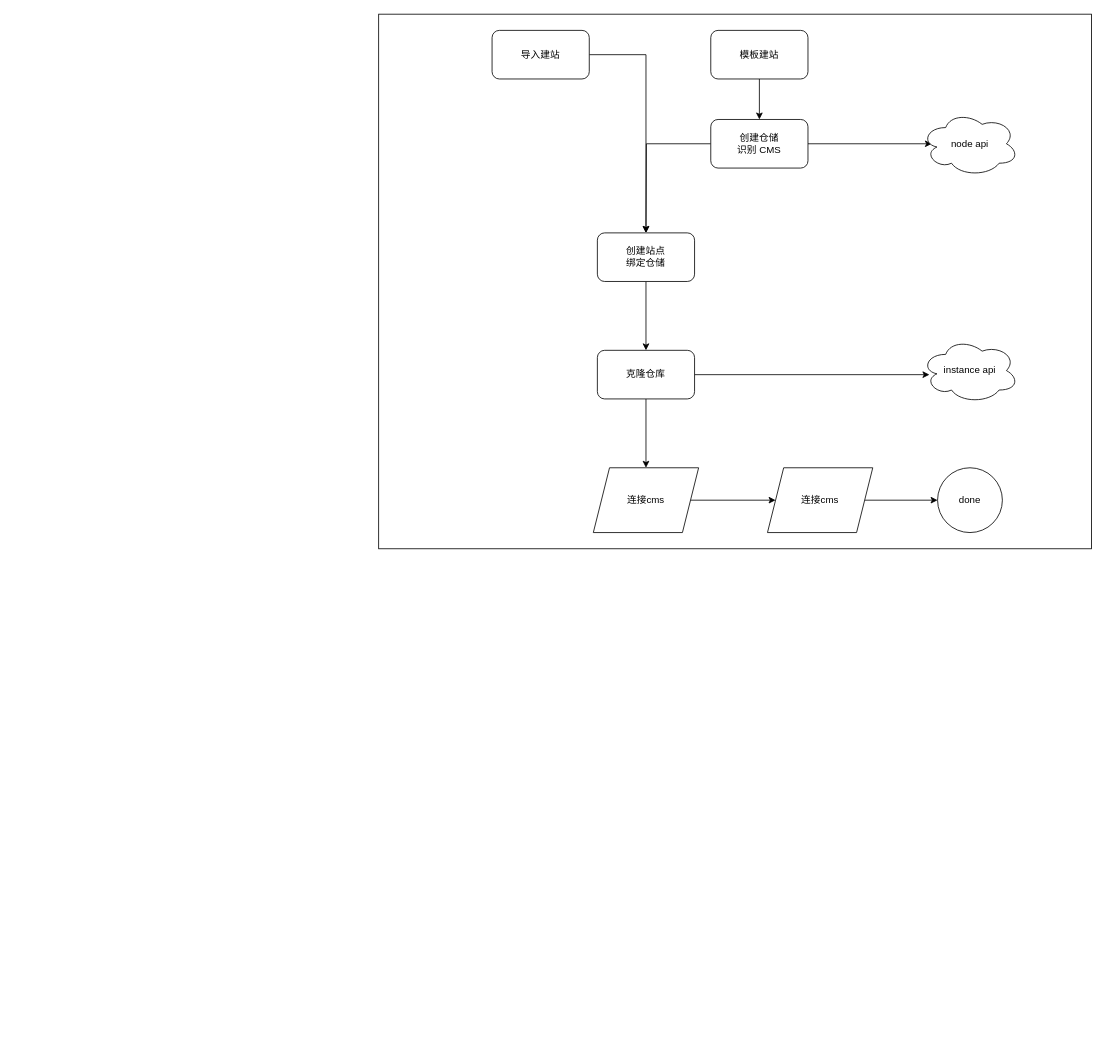
Earlier version of the draw.io diagram cmp.drawio (windingmonth/draw). Source tidied: cells renumbered, new cells numbered last; positions are measured from the earlier drawing's top-left corner, leaving out a move shared by most shapes. Both pictures are drawn from the tidied source at 81%, with x=0, y=0 at pixel (378, 14).
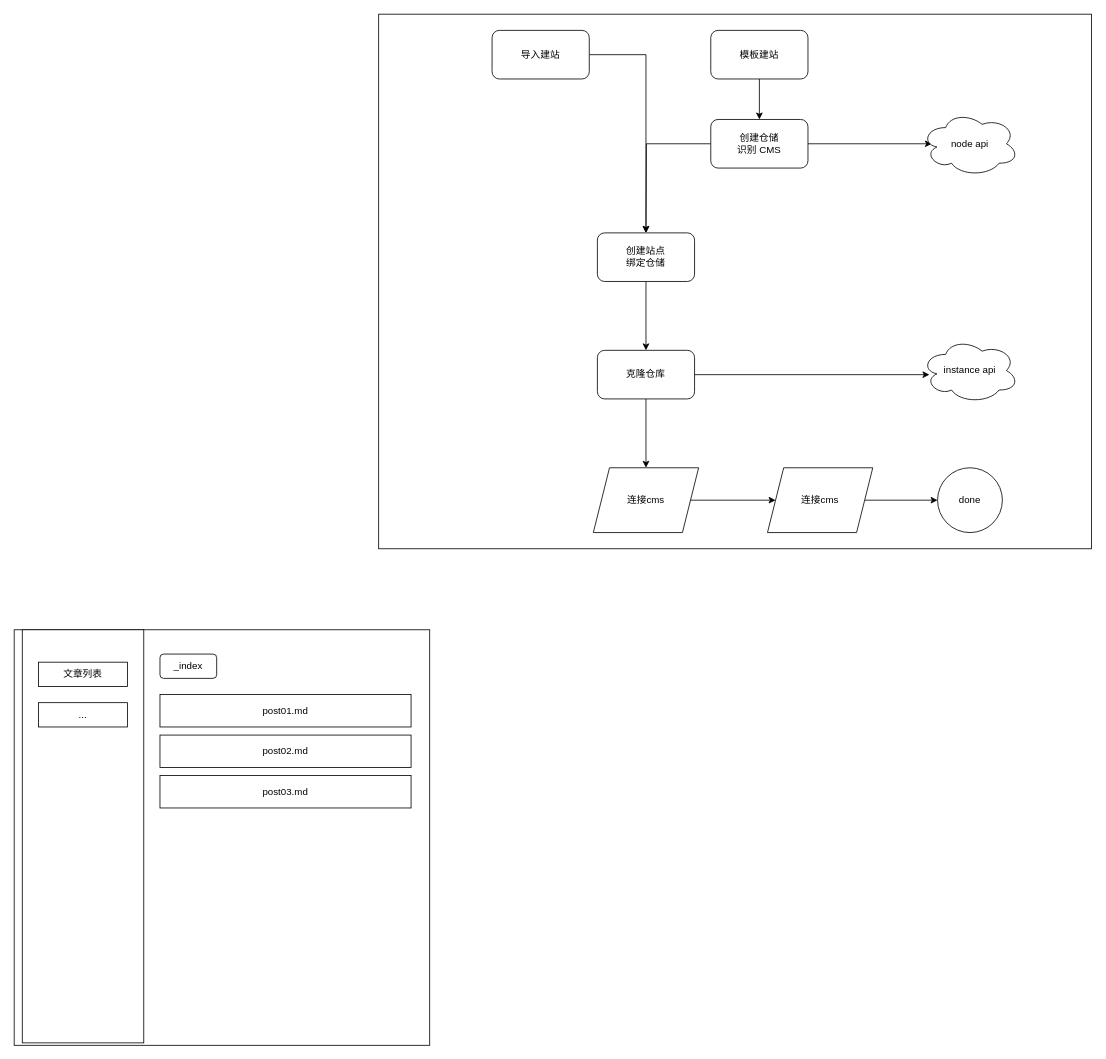
Above is the later version.

Change to the diagram source:
```diff
@@
+    <mxCell id="22" style="whiteSpace=wrap;html=1;" parent="1" vertex="1">
+      <mxGeometry x="-450" y="760" width="513" height="513" as="geometry" />
+    </mxCell>
+    <mxCell id="23" style="rounded=0;whiteSpace=wrap;html=1;" parent="1" vertex="1">
+      <mxGeometry x="-440" y="760" width="150" height="510" as="geometry" />
+    </mxCell>
+    <mxCell id="24" value="post01.md" style="rounded=0;whiteSpace=wrap;html=1;" parent="1" vertex="1">
+      <mxGeometry x="-270" y="840" width="310" height="40" as="geometry" />
+    </mxCell>
+    <mxCell id="25" value="post02.md" style="rounded=0;whiteSpace=wrap;html=1;" parent="1" vertex="1">
+      <mxGeometry x="-270" y="890" width="310" height="40" as="geometry" />
+    </mxCell>
+    <mxCell id="26" value="post03.md" style="rounded=0;whiteSpace=wrap;html=1;" parent="1" vertex="1">
+      <mxGeometry x="-270" y="940" width="310" height="40" as="geometry" />
+    </mxCell>
+    <mxCell id="27" value="_index" style="rounded=1;whiteSpace=wrap;html=1;" parent="1" vertex="1">
+      <mxGeometry x="-270" y="790" width="70" height="30" as="geometry" />
+    </mxCell>
+    <mxCell id="28" value="文章列表" style="rounded=0;whiteSpace=wrap;html=1;" parent="1" vertex="1">
+      <mxGeometry x="-420" y="800" width="110" height="30" as="geometry" />
+    </mxCell>
+    <mxCell id="29" value="..." style="rounded=0;whiteSpace=wrap;html=1;" parent="1" vertex="1">
+      <mxGeometry x="-420" y="850" width="110" height="30" as="geometry" />
+    </mxCell>
```
